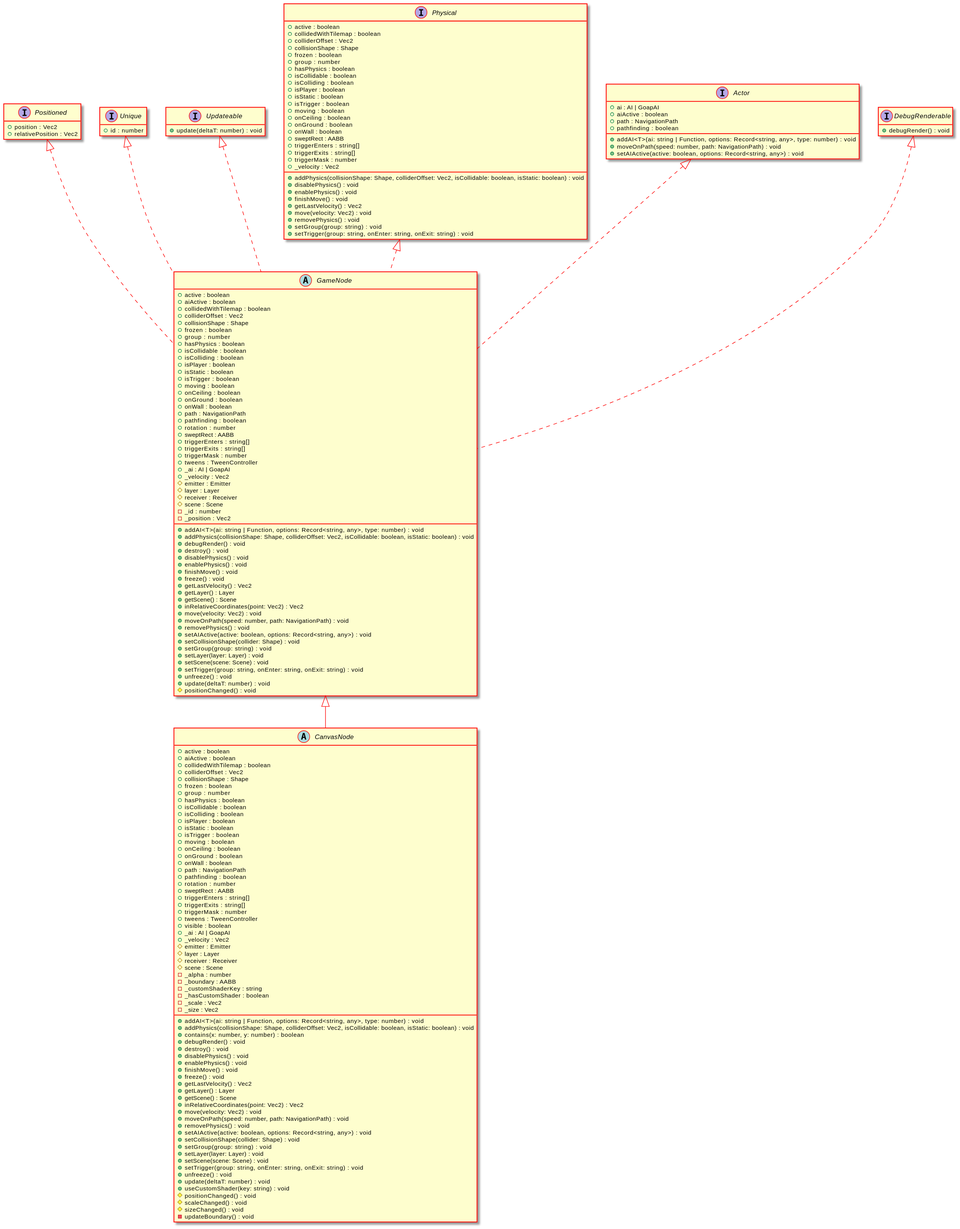
This is docs/api/assets/GameNode-umlClassDiagram-2127.svg from Test123938/Test2, a PlantUML export, as it was before one commit. Its diagram source:
```plantuml
@startuml
skinparam ClassArrowColor #ff0000
skinparam ClassBorderColor #ff0000
skinparam BackgroundColor transparent
hide empty methods
hide empty fields
abstract class "GameNode" {
    +active : boolean
    +aiActive : boolean
    +collidedWithTilemap : boolean
    +colliderOffset : Vec2
    +collisionShape : Shape
    +frozen : boolean
    +group : number
    +hasPhysics : boolean
    +isCollidable : boolean
    +isColliding : boolean
    +isPlayer : boolean
    +isStatic : boolean
    +isTrigger : boolean
    +moving : boolean
    +onCeiling : boolean
    +onGround : boolean
    +onWall : boolean
    +path : NavigationPath
    +pathfinding : boolean
    +rotation : number
    +sweptRect : AABB
    +triggerEnters : string[]
    +triggerExits : string[]
    +triggerMask : number
    +tweens : TweenController
    +_ai : AI | GoapAI
    +_velocity : Vec2
    #emitter : Emitter
    #layer : Layer
    #receiver : Receiver
    #scene : Scene
    -_id : number
    -_position : Vec2
    +addAI<T>(ai: string | Function, options: Record<string, any>, type: number) : void
    +addPhysics(collisionShape: Shape, colliderOffset: Vec2, isCollidable: boolean, isStatic: boolean) : void
    +debugRender() : void
    +destroy() : void
    +disablePhysics() : void
    +enablePhysics() : void
    +finishMove() : void
    +freeze() : void
    +getLastVelocity() : Vec2
    +getLayer() : Layer
    +getScene() : Scene
    +inRelativeCoordinates(point: Vec2) : Vec2
    +move(velocity: Vec2) : void
    +moveOnPath(speed: number, path: NavigationPath) : void
    +removePhysics() : void
    +setAIActive(active: boolean, options: Record<string, any>) : void
    +setCollisionShape(collider: Shape) : void
    +setGroup(group: string) : void
    +setLayer(layer: Layer) : void
    +setScene(scene: Scene) : void
    +setTrigger(group: string, onEnter: string, onExit: string) : void
    +unfreeze() : void
    +update(deltaT: number) : void
    #positionChanged() : void
}
interface "Positioned" {
    +position : Vec2
    +relativePosition : Vec2
}
"Positioned" <|.. "GameNode"
interface "Unique" {
    +id : number
}
"Unique" <|.. "GameNode"
interface "Updateable" {
    +update(deltaT: number) : void
}
"Updateable" <|.. "GameNode"
interface "Physical" {
    +active : boolean
    +collidedWithTilemap : boolean
    +colliderOffset : Vec2
    +collisionShape : Shape
    +frozen : boolean
    +group : number
    +hasPhysics : boolean
    +isCollidable : boolean
    +isColliding : boolean
    +isPlayer : boolean
    +isStatic : boolean
    +isTrigger : boolean
    +moving : boolean
    +onCeiling : boolean
    +onGround : boolean
    +onWall : boolean
    +sweptRect : AABB
    +triggerEnters : string[]
    +triggerExits : string[]
    +triggerMask : number
    +_velocity : Vec2
    +addPhysics(collisionShape: Shape, colliderOffset: Vec2, isCollidable: boolean, isStatic: boolean) : void
    +disablePhysics() : void
    +enablePhysics() : void
    +finishMove() : void
    +getLastVelocity() : Vec2
    +move(velocity: Vec2) : void
    +removePhysics() : void
    +setGroup(group: string) : void
    +setTrigger(group: string, onEnter: string, onExit: string) : void
}
"Physical" <|.. "GameNode"
interface "Actor" {
    +ai : AI | GoapAI
    +aiActive : boolean
    +path : NavigationPath
    +pathfinding : boolean
    +addAI<T>(ai: string | Function, options: Record<string, any>, type: number) : void
    +moveOnPath(speed: number, path: NavigationPath) : void
    +setAIActive(active: boolean, options: Record<string, any>) : void
}
"Actor" <|.. "GameNode"
interface "DebugRenderable" {
    +debugRender() : void
}
"DebugRenderable" <|.. "GameNode"
abstract class "CanvasNode" {
    +active : boolean
    +aiActive : boolean
    +collidedWithTilemap : boolean
    +colliderOffset : Vec2
    +collisionShape : Shape
    +frozen : boolean
    +group : number
    +hasPhysics : boolean
    +isCollidable : boolean
    +isColliding : boolean
    +isPlayer : boolean
    +isStatic : boolean
    +isTrigger : boolean
    +moving : boolean
    +onCeiling : boolean
    +onGround : boolean
    +onWall : boolean
    +path : NavigationPath
    +pathfinding : boolean
    +rotation : number
    +sweptRect : AABB
    +triggerEnters : string[]
    +triggerExits : string[]
    +triggerMask : number
    +tweens : TweenController
    +visible : boolean
    +_ai : AI | GoapAI
    +_velocity : Vec2
    #emitter : Emitter
    #layer : Layer
    #receiver : Receiver
    #scene : Scene
    -_alpha : number
    -_boundary : AABB
    -_customShaderKey : string
    -_hasCustomShader : boolean
    -_scale : Vec2
    -_size : Vec2
    +addAI<T>(ai: string | Function, options: Record<string, any>, type: number) : void
    +addPhysics(collisionShape: Shape, colliderOffset: Vec2, isCollidable: boolean, isStatic: boolean) : void
    +contains(x: number, y: number) : boolean
    +debugRender() : void
    +destroy() : void
    +disablePhysics() : void
    +enablePhysics() : void
    +finishMove() : void
    +freeze() : void
    +getLastVelocity() : Vec2
    +getLayer() : Layer
    +getScene() : Scene
    +inRelativeCoordinates(point: Vec2) : Vec2
    +move(velocity: Vec2) : void
    +moveOnPath(speed: number, path: NavigationPath) : void
    +removePhysics() : void
    +setAIActive(active: boolean, options: Record<string, any>) : void
    +setCollisionShape(collider: Shape) : void
    +setGroup(group: string) : void
    +setLayer(layer: Layer) : void
    +setScene(scene: Scene) : void
    +setTrigger(group: string, onEnter: string, onExit: string) : void
    +unfreeze() : void
    +update(deltaT: number) : void
    +useCustomShader(key: string) : void
    #positionChanged() : void
    #scaleChanged() : void
    #sizeChanged() : void
    -updateBoundary() : void
}
"GameNode" <|-- "CanvasNode"
@enduml
```
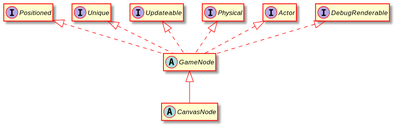
Above is the later version.

Change to the diagram source:
```diff
@@ -5,192 +5,26 @@
 hide empty methods
 hide empty fields
 abstract class "GameNode" {
-    +active : boolean
-    +aiActive : boolean
-    +collidedWithTilemap : boolean
-    +colliderOffset : Vec2
-    +collisionShape : Shape
-    +frozen : boolean
-    +group : number
-    +hasPhysics : boolean
-    +isCollidable : boolean
-    +isColliding : boolean
-    +isPlayer : boolean
-    +isStatic : boolean
-    +isTrigger : boolean
-    +moving : boolean
-    +onCeiling : boolean
-    +onGround : boolean
-    +onWall : boolean
-    +path : NavigationPath
-    +pathfinding : boolean
-    +rotation : number
-    +sweptRect : AABB
-    +triggerEnters : string[]
-    +triggerExits : string[]
-    +triggerMask : number
-    +tweens : TweenController
-    +_ai : AI | GoapAI
-    +_velocity : Vec2
-    #emitter : Emitter
-    #layer : Layer
-    #receiver : Receiver
-    #scene : Scene
-    -_id : number
-    -_position : Vec2
-    +addAI<T>(ai: string | Function, options: Record<string, any>, type: number) : void
-    +addPhysics(collisionShape: Shape, colliderOffset: Vec2, isCollidable: boolean, isStatic: boolean) : void
-    +debugRender() : void
-    +destroy() : void
-    +disablePhysics() : void
-    +enablePhysics() : void
-    +finishMove() : void
-    +freeze() : void
-    +getLastVelocity() : Vec2
-    +getLayer() : Layer
-    +getScene() : Scene
-    +inRelativeCoordinates(point: Vec2) : Vec2
-    +move(velocity: Vec2) : void
-    +moveOnPath(speed: number, path: NavigationPath) : void
-    +removePhysics() : void
-    +setAIActive(active: boolean, options: Record<string, any>) : void
-    +setCollisionShape(collider: Shape) : void
-    +setGroup(group: string) : void
-    +setLayer(layer: Layer) : void
-    +setScene(scene: Scene) : void
-    +setTrigger(group: string, onEnter: string, onExit: string) : void
-    +unfreeze() : void
-    +update(deltaT: number) : void
-    #positionChanged() : void
 }
 interface "Positioned" {
-    +position : Vec2
-    +relativePosition : Vec2
 }
 "Positioned" <|.. "GameNode"
 interface "Unique" {
-    +id : number
 }
 "Unique" <|.. "GameNode"
 interface "Updateable" {
-    +update(deltaT: number) : void
 }
 "Updateable" <|.. "GameNode"
 interface "Physical" {
-    +active : boolean
-    +collidedWithTilemap : boolean
-    +colliderOffset : Vec2
-    +collisionShape : Shape
-    +frozen : boolean
-    +group : number
-    +hasPhysics : boolean
-    +isCollidable : boolean
-    +isColliding : boolean
-    +isPlayer : boolean
-    +isStatic : boolean
-    +isTrigger : boolean
-    +moving : boolean
-    +onCeiling : boolean
-    +onGround : boolean
-    +onWall : boolean
-    +sweptRect : AABB
-    +triggerEnters : string[]
-    +triggerExits : string[]
-    +triggerMask : number
-    +_velocity : Vec2
-    +addPhysics(collisionShape: Shape, colliderOffset: Vec2, isCollidable: boolean, isStatic: boolean) : void
-    +disablePhysics() : void
-    +enablePhysics() : void
-    +finishMove() : void
-    +getLastVelocity() : Vec2
-    +move(velocity: Vec2) : void
-    +removePhysics() : void
-    +setGroup(group: string) : void
-    +setTrigger(group: string, onEnter: string, onExit: string) : void
 }
 "Physical" <|.. "GameNode"
 interface "Actor" {
-    +ai : AI | GoapAI
-    +aiActive : boolean
-    +path : NavigationPath
-    +pathfinding : boolean
-    +addAI<T>(ai: string | Function, options: Record<string, any>, type: number) : void
-    +moveOnPath(speed: number, path: NavigationPath) : void
-    +setAIActive(active: boolean, options: Record<string, any>) : void
 }
 "Actor" <|.. "GameNode"
 interface "DebugRenderable" {
-    +debugRender() : void
 }
 "DebugRenderable" <|.. "GameNode"
 abstract class "CanvasNode" {
-    +active : boolean
-    +aiActive : boolean
-    +collidedWithTilemap : boolean
-    +colliderOffset : Vec2
-    +collisionShape : Shape
-    +frozen : boolean
-    +group : number
-    +hasPhysics : boolean
-    +isCollidable : boolean
-    +isColliding : boolean
-    +isPlayer : boolean
-    +isStatic : boolean
-    +isTrigger : boolean
-    +moving : boolean
-    +onCeiling : boolean
-    +onGround : boolean
-    +onWall : boolean
-    +path : NavigationPath
-    +pathfinding : boolean
-    +rotation : number
-    +sweptRect : AABB
-    +triggerEnters : string[]
-    +triggerExits : string[]
-    +triggerMask : number
-    +tweens : TweenController
-    +visible : boolean
-    +_ai : AI | GoapAI
-    +_velocity : Vec2
-    #emitter : Emitter
-    #layer : Layer
-    #receiver : Receiver
-    #scene : Scene
-    -_alpha : number
-    -_boundary : AABB
-    -_customShaderKey : string
-    -_hasCustomShader : boolean
-    -_scale : Vec2
-    -_size : Vec2
-    +addAI<T>(ai: string | Function, options: Record<string, any>, type: number) : void
-    +addPhysics(collisionShape: Shape, colliderOffset: Vec2, isCollidable: boolean, isStatic: boolean) : void
-    +contains(x: number, y: number) : boolean
-    +debugRender() : void
-    +destroy() : void
-    +disablePhysics() : void
-    +enablePhysics() : void
-    +finishMove() : void
-    +freeze() : void
-    +getLastVelocity() : Vec2
-    +getLayer() : Layer
-    +getScene() : Scene
-    +inRelativeCoordinates(point: Vec2) : Vec2
-    +move(velocity: Vec2) : void
-    +moveOnPath(speed: number, path: NavigationPath) : void
-    +removePhysics() : void
-    +setAIActive(active: boolean, options: Record<string, any>) : void
-    +setCollisionShape(collider: Shape) : void
-    +setGroup(group: string) : void
-    +setLayer(layer: Layer) : void
-    +setScene(scene: Scene) : void
-    +setTrigger(group: string, onEnter: string, onExit: string) : void
-    +unfreeze() : void
-    +update(deltaT: number) : void
-    +useCustomShader(key: string) : void
-    #positionChanged() : void
-    #scaleChanged() : void
-    #sizeChanged() : void
-    -updateBoundary() : void
 }
 "GameNode" <|-- "CanvasNode"
 @enduml
```
